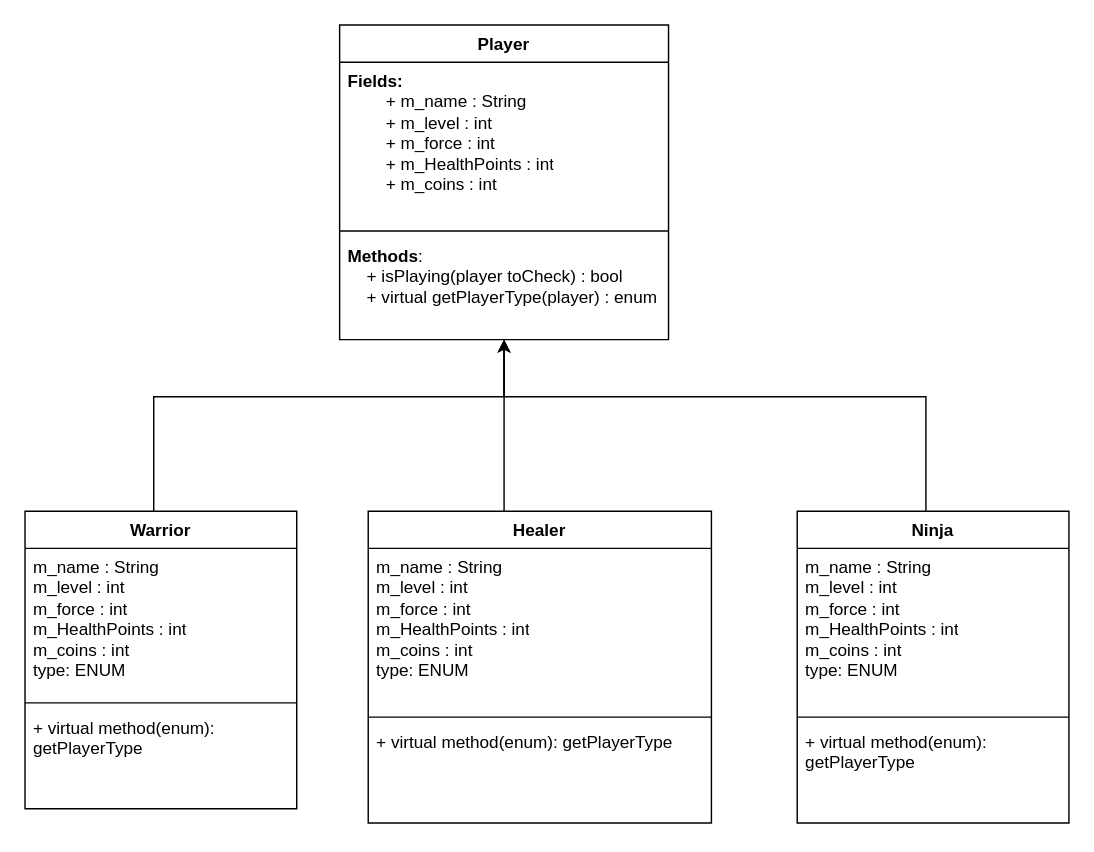
Earlier version of the draw.io diagram page "Player" (2 of 3) of UML.drawio (ayals99/ex4_matam). Source tidied: cells renumbered, new cells numbered last; positions are measured from the earlier drawing's top-left corner, leaving out a move shared by most shapes. Both pictures are drawn from the tidied source at 143%, with x=0, y=0 at pixel (24, 24).
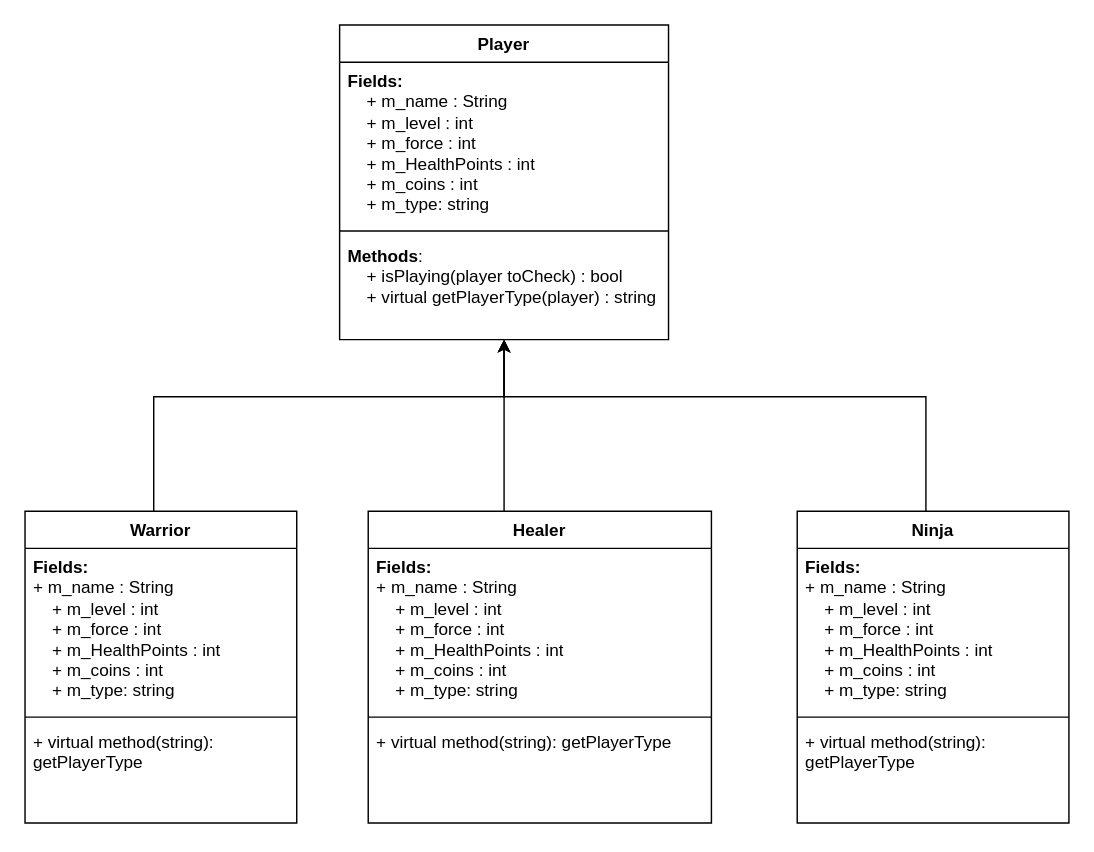
Above is the later version.

The change refers to these unchanged cells:
```xml
<mxCell id="2" value="Player" style="swimlane;fontStyle=1;align=center;verticalAlign=top;horizontal=1;startSize=26;whiteSpace=wrap;html=1;" parent="1" vertex="1">
  <mxGeometry x="220" width="230" height="220" as="geometry" />
</mxCell>
<mxCell id="7" value="Ninja" style="swimlane;fontStyle=1;align=center;verticalAlign=top;horizontal=1;startSize=26;whiteSpace=wrap;html=1;" parent="1" vertex="1">
  <mxGeometry x="540" y="340" width="190" height="218" as="geometry" />
</mxCell>
<mxCell id="17" value="Healer" style="swimlane;fontStyle=1;align=center;verticalAlign=top;horizontal=1;startSize=26;whiteSpace=wrap;html=1;" parent="1" vertex="1">
  <mxGeometry x="240" y="340" width="240" height="218" as="geometry" />
</mxCell>
```

What changed in the source:
```diff
@@
-    <mxCell id="3" value="&lt;b&gt;Fields:&lt;/b&gt;&lt;br&gt;&lt;span style=&quot;white-space: pre;&quot;&gt;&#9;&lt;/span&gt;+ m_name : String&lt;br style=&quot;border-color: var(--border-color);&quot;&gt;&lt;span style=&quot;white-space: pre;&quot;&gt;&#9;&lt;/span&gt;+ m_level : int&lt;br style=&quot;border-color: var(--border-color);&quot;&gt;&lt;span style=&quot;white-space: pre;&quot;&gt;&#9;&lt;/span&gt;+ m_force : int&lt;br style=&quot;border-color: var(--border-color);&quot;&gt;&lt;span style=&quot;white-space: pre;&quot;&gt;&#9;&lt;/span&gt;+ m_HealthPoints : int&lt;br style=&quot;border-color: var(--border-color);&quot;&gt;&lt;span style=&quot;white-space: pre;&quot;&gt;&#9;&lt;/span&gt;+ m_coins : int&amp;nbsp;" style="text;strokeColor=none;fillColor=none;align=left;verticalAlign=top;spacingLeft=4;spacingRight=4;overflow=hidden;whiteSpace=wrap;html=1;" parent="2" vertex="1">
+    <mxCell id="3" value="&lt;b&gt;Fields:&lt;/b&gt;&lt;br&gt;&lt;span style=&quot;&quot;&gt;&lt;span style=&quot;white-space: pre;&quot;&gt;&amp;nbsp;&amp;nbsp;&amp;nbsp;&amp;nbsp;&lt;/span&gt;&lt;/span&gt;+ m_name : String&lt;br style=&quot;border-color: var(--border-color);&quot;&gt;&lt;span style=&quot;&quot;&gt;&lt;span style=&quot;white-space: pre;&quot;&gt;&amp;nbsp;&amp;nbsp;&amp;nbsp;&amp;nbsp;&lt;/span&gt;&lt;/span&gt;+ m_level : int&lt;br style=&quot;border-color: var(--border-color);&quot;&gt;&lt;span style=&quot;&quot;&gt;&lt;span style=&quot;white-space: pre;&quot;&gt;&amp;nbsp;&amp;nbsp;&amp;nbsp;&amp;nbsp;&lt;/span&gt;&lt;/span&gt;+ m_force : int&lt;br style=&quot;border-color: var(--border-color);&quot;&gt;&lt;span style=&quot;&quot;&gt;&lt;span style=&quot;white-space: pre;&quot;&gt;&amp;nbsp;&amp;nbsp;&amp;nbsp;&amp;nbsp;&lt;/span&gt;&lt;/span&gt;+ m_HealthPoints : int&lt;br style=&quot;border-color: var(--border-color);&quot;&gt;&lt;span style=&quot;&quot;&gt;&lt;span style=&quot;white-space: pre;&quot;&gt;&amp;nbsp;&amp;nbsp;&amp;nbsp;&amp;nbsp;&lt;/span&gt;&lt;/span&gt;+ m_coins : int&amp;nbsp;&lt;br&gt;&lt;span style=&quot;&quot;&gt;&lt;span style=&quot;white-space: pre;&quot;&gt;&amp;nbsp;&amp;nbsp;&amp;nbsp;&amp;nbsp;&lt;/span&gt;&lt;/span&gt;+ m_type: string" style="text;strokeColor=none;fillColor=none;align=left;verticalAlign=top;spacingLeft=4;spacingRight=4;overflow=hidden;whiteSpace=wrap;html=1;" parent="2" vertex="1">
       <mxGeometry y="26" width="230" height="114" as="geometry" />
     </mxCell>
@@
-    <mxCell id="5" value="&lt;b&gt;Methods&lt;/b&gt;:&lt;br&gt;&lt;span style=&quot;&quot;&gt;&lt;span style=&quot;&quot;&gt;&amp;nbsp;&amp;nbsp;&amp;nbsp;&amp;nbsp;&lt;/span&gt;&lt;/span&gt;+ isPlaying(player toCheck) : bool&lt;br&gt;&lt;span style=&quot;&quot;&gt;&lt;span style=&quot;&quot;&gt;&amp;nbsp;&amp;nbsp;&amp;nbsp;&amp;nbsp;&lt;/span&gt;&lt;/span&gt;+ virtual getPlayerType(player) : enum" style="text;strokeColor=none;fillColor=none;align=left;verticalAlign=top;spacingLeft=4;spacingRight=4;overflow=hidden;whiteSpace=wrap;html=1;" parent="2" vertex="1">
+    <mxCell id="5" value="&lt;b&gt;Methods&lt;/b&gt;:&lt;br&gt;&lt;span style=&quot;&quot;&gt;&lt;span style=&quot;&quot;&gt;&amp;nbsp;&amp;nbsp;&amp;nbsp;&amp;nbsp;&lt;/span&gt;&lt;/span&gt;+ isPlaying(player toCheck) : bool&lt;br&gt;&lt;span style=&quot;&quot;&gt;&lt;span style=&quot;&quot;&gt;&amp;nbsp;&amp;nbsp;&amp;nbsp;&amp;nbsp;&lt;/span&gt;&lt;/span&gt;+ virtual getPlayerType(player) : string" style="text;strokeColor=none;fillColor=none;align=left;verticalAlign=top;spacingLeft=4;spacingRight=4;overflow=hidden;whiteSpace=wrap;html=1;" parent="2" vertex="1">
       <mxGeometry y="148" width="230" height="72" as="geometry" />
     </mxCell>
@@
-    <mxCell id="8" value="m_name : String&lt;br style=&quot;border-color: var(--border-color);&quot;&gt;m_level : int&lt;br style=&quot;border-color: var(--border-color);&quot;&gt;m_force : int&lt;br style=&quot;border-color: var(--border-color);&quot;&gt;m_HealthPoints : int&lt;br style=&quot;border-color: var(--border-color);&quot;&gt;m_coins : int&amp;nbsp;&lt;br style=&quot;border-color: var(--border-color);&quot;&gt;type: ENUM" style="text;strokeColor=none;fillColor=none;align=left;verticalAlign=top;spacingLeft=4;spacingRight=4;overflow=hidden;whiteSpace=wrap;html=1;" parent="7" vertex="1">
+    <mxCell id="8" value="&lt;b style=&quot;border-color: var(--border-color);&quot;&gt;Fields:&lt;/b&gt;&lt;br style=&quot;border-color: var(--border-color);&quot;&gt;&lt;span style=&quot;border-color: var(--border-color);&quot;&gt;&lt;/span&gt;+ m_name : String&lt;br style=&quot;border-color: var(--border-color);&quot;&gt;&lt;span style=&quot;border-color: var(--border-color);&quot;&gt;&lt;span style=&quot;border-color: var(--border-color);&quot;&gt;&amp;nbsp;&amp;nbsp;&amp;nbsp;&amp;nbsp;&lt;/span&gt;&lt;/span&gt;+ m_level : int&lt;br style=&quot;border-color: var(--border-color);&quot;&gt;&lt;span style=&quot;border-color: var(--border-color);&quot;&gt;&lt;span style=&quot;border-color: var(--border-color);&quot;&gt;&amp;nbsp;&amp;nbsp;&amp;nbsp;&amp;nbsp;&lt;/span&gt;&lt;/span&gt;+ m_force : int&lt;br style=&quot;border-color: var(--border-color);&quot;&gt;&lt;span style=&quot;border-color: var(--border-color);&quot;&gt;&lt;span style=&quot;border-color: var(--border-color);&quot;&gt;&amp;nbsp;&amp;nbsp;&amp;nbsp;&amp;nbsp;&lt;/span&gt;&lt;/span&gt;+ m_HealthPoints : int&lt;br style=&quot;border-color: var(--border-color);&quot;&gt;&lt;span style=&quot;border-color: var(--border-color);&quot;&gt;&lt;span style=&quot;border-color: var(--border-color);&quot;&gt;&amp;nbsp;&amp;nbsp;&amp;nbsp;&amp;nbsp;&lt;/span&gt;&lt;/span&gt;+ m_coins : int&amp;nbsp;&lt;br style=&quot;border-color: var(--border-color);&quot;&gt;&lt;span style=&quot;border-color: var(--border-color);&quot;&gt;&lt;span style=&quot;border-color: var(--border-color);&quot;&gt;&amp;nbsp;&amp;nbsp;&amp;nbsp;&amp;nbsp;&lt;/span&gt;&lt;/span&gt;+ m_type: string" style="text;strokeColor=none;fillColor=none;align=left;verticalAlign=top;spacingLeft=4;spacingRight=4;overflow=hidden;whiteSpace=wrap;html=1;" parent="7" vertex="1">
       <mxGeometry y="26" width="190" height="114" as="geometry" />
     </mxCell>
@@
-    <mxCell id="10" value="+ virtual method(enum): getPlayerType&amp;nbsp;&amp;nbsp;" style="text;strokeColor=none;fillColor=none;align=left;verticalAlign=top;spacingLeft=4;spacingRight=4;overflow=hidden;whiteSpace=wrap;html=1;" parent="7" vertex="1">
+    <mxCell id="10" value="+ virtual method(string): getPlayerType&amp;nbsp;&amp;nbsp;" style="text;strokeColor=none;fillColor=none;align=left;verticalAlign=top;spacingLeft=4;spacingRight=4;overflow=hidden;whiteSpace=wrap;html=1;" parent="7" vertex="1">
       <mxGeometry y="148" width="190" height="70" as="geometry" />
     </mxCell>
@@
     <mxCell id="12" value="Warrior" style="swimlane;fontStyle=1;align=center;verticalAlign=top;horizontal=1;startSize=26;whiteSpace=wrap;html=1;" parent="1" vertex="1">
-      <mxGeometry y="340" width="190" height="208" as="geometry" />
+      <mxGeometry y="340" width="190" height="218" as="geometry" />
     </mxCell>
-    <mxCell id="13" value="m_name : String&lt;br style=&quot;border-color: var(--border-color);&quot;&gt;m_level : int&lt;br style=&quot;border-color: var(--border-color);&quot;&gt;m_force : int&lt;br style=&quot;border-color: var(--border-color);&quot;&gt;m_HealthPoints : int&lt;br style=&quot;border-color: var(--border-color);&quot;&gt;m_coins : int&amp;nbsp;&lt;br style=&quot;border-color: var(--border-color);&quot;&gt;type: ENUM" style="text;strokeColor=none;fillColor=none;align=left;verticalAlign=top;spacingLeft=4;spacingRight=4;overflow=hidden;whiteSpace=wrap;html=1;" parent="12" vertex="1">
-      <mxGeometry y="26" width="190" height="104" as="geometry" />
+    <mxCell id="13" value="&lt;b style=&quot;border-color: var(--border-color);&quot;&gt;Fields:&lt;/b&gt;&lt;br style=&quot;border-color: var(--border-color);&quot;&gt;&lt;span style=&quot;border-color: var(--border-color);&quot;&gt;&lt;/span&gt;+ m_name : String&lt;br style=&quot;border-color: var(--border-color);&quot;&gt;&lt;span style=&quot;border-color: var(--border-color);&quot;&gt;&lt;span style=&quot;border-color: var(--border-color);&quot;&gt;&amp;nbsp;&amp;nbsp;&amp;nbsp;&amp;nbsp;&lt;/span&gt;&lt;/span&gt;+ m_level : int&lt;br style=&quot;border-color: var(--border-color);&quot;&gt;&lt;span style=&quot;border-color: var(--border-color);&quot;&gt;&lt;span style=&quot;border-color: var(--border-color);&quot;&gt;&amp;nbsp;&amp;nbsp;&amp;nbsp;&amp;nbsp;&lt;/span&gt;&lt;/span&gt;+ m_force : int&lt;br style=&quot;border-color: var(--border-color);&quot;&gt;&lt;span style=&quot;border-color: var(--border-color);&quot;&gt;&lt;span style=&quot;border-color: var(--border-color);&quot;&gt;&amp;nbsp;&amp;nbsp;&amp;nbsp;&amp;nbsp;&lt;/span&gt;&lt;/span&gt;+ m_HealthPoints : int&lt;br style=&quot;border-color: var(--border-color);&quot;&gt;&lt;span style=&quot;border-color: var(--border-color);&quot;&gt;&lt;span style=&quot;border-color: var(--border-color);&quot;&gt;&amp;nbsp;&amp;nbsp;&amp;nbsp;&amp;nbsp;&lt;/span&gt;&lt;/span&gt;+ m_coins : int&amp;nbsp;&lt;br style=&quot;border-color: var(--border-color);&quot;&gt;&lt;span style=&quot;border-color: var(--border-color);&quot;&gt;&lt;span style=&quot;border-color: var(--border-color);&quot;&gt;&amp;nbsp;&amp;nbsp;&amp;nbsp;&amp;nbsp;&lt;/span&gt;&lt;/span&gt;+ m_type: string" style="text;strokeColor=none;fillColor=none;align=left;verticalAlign=top;spacingLeft=4;spacingRight=4;overflow=hidden;whiteSpace=wrap;html=1;" parent="12" vertex="1">
+      <mxGeometry y="26" width="190" height="114" as="geometry" />
     </mxCell>
     <mxCell id="14" style="line;strokeWidth=1;fillColor=none;align=left;verticalAlign=middle;spacingTop=-1;spacingLeft=3;spacingRight=3;labelPosition=right;strokeColor=inherit;" parent="12" vertex="1">
-      <mxGeometry y="130" width="190" height="8" as="geometry" />
+      <mxGeometry y="140" width="190" height="8" as="geometry" />
     </mxCell>
-    <mxCell id="15" value="+ virtual method(enum): getPlayerType&amp;nbsp;&amp;nbsp;" style="text;strokeColor=none;fillColor=none;align=left;verticalAlign=top;spacingLeft=4;spacingRight=4;overflow=hidden;whiteSpace=wrap;html=1;" parent="12" vertex="1">
-      <mxGeometry y="138" width="190" height="70" as="geometry" />
+    <mxCell id="15" value="+ virtual method(string): getPlayerType&amp;nbsp;&amp;nbsp;" style="text;strokeColor=none;fillColor=none;align=left;verticalAlign=top;spacingLeft=4;spacingRight=4;overflow=hidden;whiteSpace=wrap;html=1;" parent="12" vertex="1">
+      <mxGeometry y="148" width="190" height="70" as="geometry" />
     </mxCell>
@@
-    <mxCell id="18" value="m_name : String&lt;br style=&quot;border-color: var(--border-color);&quot;&gt;m_level : int&lt;br style=&quot;border-color: var(--border-color);&quot;&gt;m_force : int&lt;br style=&quot;border-color: var(--border-color);&quot;&gt;m_HealthPoints : int&lt;br style=&quot;border-color: var(--border-color);&quot;&gt;m_coins : int&amp;nbsp;&lt;br&gt;type: ENUM" style="text;strokeColor=none;fillColor=none;align=left;verticalAlign=top;spacingLeft=4;spacingRight=4;overflow=hidden;whiteSpace=wrap;html=1;" parent="17" vertex="1">
+    <mxCell id="18" value="&lt;b style=&quot;border-color: var(--border-color);&quot;&gt;Fields:&lt;/b&gt;&lt;br style=&quot;border-color: var(--border-color);&quot;&gt;&lt;span style=&quot;border-color: var(--border-color);&quot;&gt;&lt;/span&gt;+ m_name : String&lt;br style=&quot;border-color: var(--border-color);&quot;&gt;&lt;span style=&quot;border-color: var(--border-color);&quot;&gt;&lt;span style=&quot;border-color: var(--border-color);&quot;&gt;&amp;nbsp;&amp;nbsp;&amp;nbsp;&amp;nbsp;&lt;/span&gt;&lt;/span&gt;+ m_level : int&lt;br style=&quot;border-color: var(--border-color);&quot;&gt;&lt;span style=&quot;border-color: var(--border-color);&quot;&gt;&lt;span style=&quot;border-color: var(--border-color);&quot;&gt;&amp;nbsp;&amp;nbsp;&amp;nbsp;&amp;nbsp;&lt;/span&gt;&lt;/span&gt;+ m_force : int&lt;br style=&quot;border-color: var(--border-color);&quot;&gt;&lt;span style=&quot;border-color: var(--border-color);&quot;&gt;&lt;span style=&quot;border-color: var(--border-color);&quot;&gt;&amp;nbsp;&amp;nbsp;&amp;nbsp;&amp;nbsp;&lt;/span&gt;&lt;/span&gt;+ m_HealthPoints : int&lt;br style=&quot;border-color: var(--border-color);&quot;&gt;&lt;span style=&quot;border-color: var(--border-color);&quot;&gt;&lt;span style=&quot;border-color: var(--border-color);&quot;&gt;&amp;nbsp;&amp;nbsp;&amp;nbsp;&amp;nbsp;&lt;/span&gt;&lt;/span&gt;+ m_coins : int&amp;nbsp;&lt;br style=&quot;border-color: var(--border-color);&quot;&gt;&lt;span style=&quot;border-color: var(--border-color);&quot;&gt;&lt;span style=&quot;border-color: var(--border-color);&quot;&gt;&amp;nbsp;&amp;nbsp;&amp;nbsp;&amp;nbsp;&lt;/span&gt;&lt;/span&gt;+ m_type: string" style="text;strokeColor=none;fillColor=none;align=left;verticalAlign=top;spacingLeft=4;spacingRight=4;overflow=hidden;whiteSpace=wrap;html=1;" parent="17" vertex="1">
       <mxGeometry y="26" width="240" height="114" as="geometry" />
     </mxCell>
@@
-    <mxCell id="20" value="+ virtual method(enum): getPlayerType&amp;nbsp;&amp;nbsp;" style="text;strokeColor=none;fillColor=none;align=left;verticalAlign=top;spacingLeft=4;spacingRight=4;overflow=hidden;whiteSpace=wrap;html=1;" parent="17" vertex="1">
+    <mxCell id="20" value="+ virtual method(string): getPlayerType&amp;nbsp;&amp;nbsp;" style="text;strokeColor=none;fillColor=none;align=left;verticalAlign=top;spacingLeft=4;spacingRight=4;overflow=hidden;whiteSpace=wrap;html=1;" parent="17" vertex="1">
       <mxGeometry y="148" width="240" height="70" as="geometry" />
     </mxCell>
```
